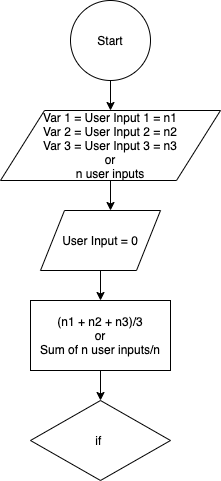
Earlier version of the draw.io export Final-Question1.png (faridvahedi/Flowcharts). Source tidied: cells renumbered, new cells last; positions are measured from the earlier drawing's top-left corner, leaving out a move shared by most shapes.
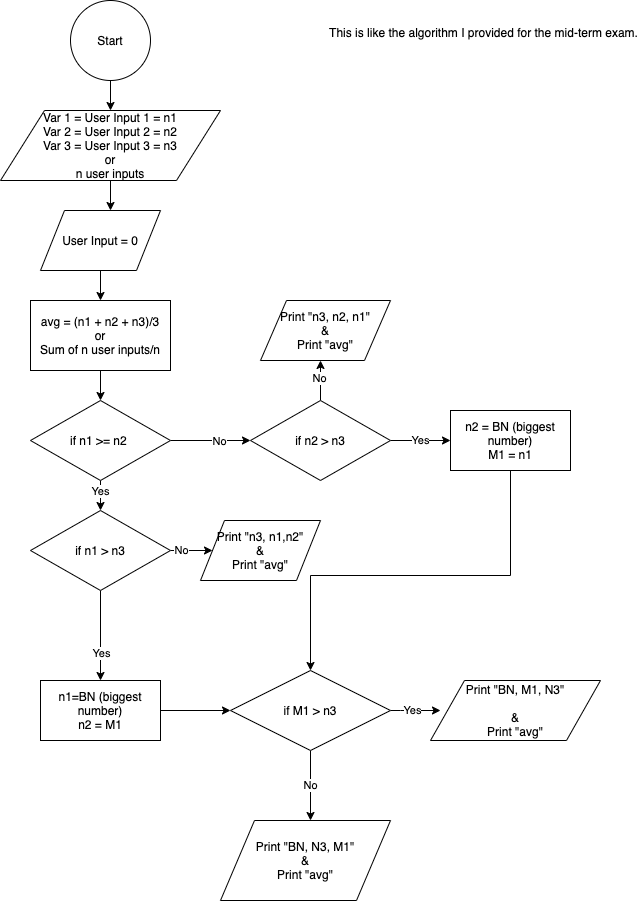
The same file after the commit.

The edit, as a diff of the source:
```diff
@@ -31,11 +31,109 @@
         <mxPoint x="100" y="400" as="targetPoint" />
       </mxGeometry>
     </mxCell>
-    <mxCell id="9" value="(n1 + n2 + n3)/3&lt;br&gt;or&lt;br&gt;Sum of n user inputs/n" style="rounded=0;whiteSpace=wrap;html=1;" parent="1" vertex="1">
+    <mxCell id="9" value="avg = (n1 + n2 + n3)/3&lt;br&gt;or&lt;br&gt;Sum of n user inputs/n" style="rounded=0;whiteSpace=wrap;html=1;" parent="1" vertex="1">
       <mxGeometry x="30" y="300" width="140" height="70" as="geometry" />
     </mxCell>
+    <mxCell id="11" style="edgeStyle=orthogonalEdgeStyle;rounded=0;jettySize=auto;html=1;" parent="1" edge="1" source="10">
+      <mxGeometry relative="1" as="geometry">
+        <mxPoint x="100" y="510" as="targetPoint" />
+      </mxGeometry>
+    </mxCell>
+    <mxCell id="12" value="Yes" style="edgeLabel;html=1;align=center;verticalAlign=middle;" parent="11" vertex="1">
+      <mxGeometry x="0.21" y="-1" relative="1" as="geometry" />
+    </mxCell>
+    <mxCell id="13" style="edgeStyle=orthogonalEdgeStyle;rounded=0;jettySize=auto;html=1;entryX=0;entryY=0.5;entryDx=0;entryDy=0;" parent="1" edge="1" source="10" target="28">
+      <mxGeometry relative="1" as="geometry" />
+    </mxCell>
+    <mxCell id="14" value="No" style="edgeLabel;html=1;align=center;verticalAlign=middle;" parent="13" vertex="1">
+      <mxGeometry x="0.83" relative="1" as="geometry">
+        <mxPoint x="-25" as="offset" />
+      </mxGeometry>
+    </mxCell>
-    <mxCell id="10" value="if&amp;nbsp;" style="rhombus;whiteSpace=wrap;html=1;" parent="1" vertex="1">
+    <mxCell id="10" value="if n1 &amp;gt;= n2&amp;nbsp;" style="rhombus;whiteSpace=wrap;html=1;" parent="1" vertex="1">
       <mxGeometry x="30" y="400" width="140" height="80" as="geometry" />
     </mxCell>
+    <mxCell id="15" style="edgeStyle=orthogonalEdgeStyle;rounded=0;jettySize=auto;html=1;" parent="1" edge="1" source="18" target="20">
+      <mxGeometry relative="1" as="geometry" />
+    </mxCell>
+    <mxCell id="16" value="Yes" style="edgeLabel;html=1;align=center;verticalAlign=middle;" parent="15" vertex="1">
+      <mxGeometry x="0.61" y="-1" relative="1" as="geometry">
+        <mxPoint x="1" y="-10" as="offset" />
+      </mxGeometry>
+    </mxCell>
+    <mxCell id="17" value="No" style="edgeStyle=orthogonalEdgeStyle;rounded=0;jettySize=auto;html=1;entryX=0;entryY=0.5;entryDx=0;entryDy=0;" parent="1" edge="1" source="18" target="32">
+      <mxGeometry relative="1" as="geometry" />
+    </mxCell>
+    <mxCell id="18" value="if n1 &amp;gt; n3" style="rhombus;whiteSpace=wrap;html=1;" parent="1" vertex="1">
+      <mxGeometry x="30" y="510" width="140" height="80" as="geometry" />
+    </mxCell>
+    <mxCell id="19" style="edgeStyle=orthogonalEdgeStyle;rounded=0;jettySize=auto;html=1;entryX=0;entryY=0.5;entryDx=0;entryDy=0;" parent="1" edge="1" source="20" target="24">
+      <mxGeometry relative="1" as="geometry" />
+    </mxCell>
+    <mxCell id="20" value="n1=BN (biggest number)&lt;br&gt;n2 = M1" style="rounded=0;whiteSpace=wrap;html=1;" parent="1" vertex="1">
+      <mxGeometry x="40" y="680" width="120" height="60" as="geometry" />
+    </mxCell>
+    <mxCell id="21" style="edgeStyle=orthogonalEdgeStyle;rounded=0;jettySize=auto;html=1;exitX=1;exitY=0.5;exitDx=0;exitDy=0;" parent="1" edge="1" source="24">
+      <mxGeometry relative="1" as="geometry">
+        <mxPoint x="440" y="710" as="targetPoint" />
+        <Array as="points">
+          <mxPoint x="400" y="710" />
+          <mxPoint x="400" y="710" />
+        </Array>
+      </mxGeometry>
+    </mxCell>
+    <mxCell id="22" value="Yes" style="edgeLabel;html=1;align=center;verticalAlign=middle;" parent="21" vertex="1">
+      <mxGeometry x="-0.15" y="1" relative="1" as="geometry" />
+    </mxCell>
+    <mxCell id="23" value="No" style="edgeStyle=orthogonalEdgeStyle;rounded=0;jettySize=auto;html=1;" parent="1" edge="1" source="24">
+      <mxGeometry relative="1" as="geometry">
+        <mxPoint x="310" y="820" as="targetPoint" />
+      </mxGeometry>
+    </mxCell>
+    <mxCell id="24" value="if M1 &amp;gt; n3" style="rhombus;whiteSpace=wrap;html=1;" parent="1" vertex="1">
+      <mxGeometry x="230" y="670" width="160" height="80" as="geometry" />
+    </mxCell>
+    <mxCell id="25" style="edgeStyle=orthogonalEdgeStyle;rounded=0;jettySize=auto;html=1;" parent="1" edge="1" source="28">
+      <mxGeometry relative="1" as="geometry">
+        <mxPoint x="320" y="360" as="targetPoint" />
+      </mxGeometry>
+    </mxCell>
+    <mxCell id="26" value="No" style="edgeLabel;html=1;align=center;verticalAlign=middle;" parent="25" vertex="1">
+      <mxGeometry x="0.13" y="2" relative="1" as="geometry" />
+    </mxCell>
+    <mxCell id="27" value="Yes" style="edgeStyle=orthogonalEdgeStyle;rounded=0;jettySize=auto;html=1;" parent="1" edge="1" source="28">
+      <mxGeometry relative="1" as="geometry">
+        <mxPoint x="450" y="440" as="targetPoint" />
+      </mxGeometry>
+    </mxCell>
+    <mxCell id="28" value="if n2 &amp;gt; n3" style="rhombus;whiteSpace=wrap;html=1;" parent="1" vertex="1">
+      <mxGeometry x="250" y="400" width="140" height="80" as="geometry" />
+    </mxCell>
+    <mxCell id="29" style="edgeStyle=orthogonalEdgeStyle;rounded=0;jettySize=auto;html=1;entryX=0.5;entryY=0;entryDx=0;entryDy=0;" parent="1" edge="1" source="30" target="24">
+      <mxGeometry relative="1" as="geometry">
+        <Array as="points">
+          <mxPoint x="510" y="575" />
+          <mxPoint x="310" y="575" />
+        </Array>
+      </mxGeometry>
+    </mxCell>
+    <mxCell id="30" value="n2 = BN (biggest number)&lt;br&gt;M1 = n1" style="rounded=0;whiteSpace=wrap;html=1;" parent="1" vertex="1">
+      <mxGeometry x="450" y="410" width="120" height="60" as="geometry" />
+    </mxCell>
+    <mxCell id="31" value="Print &quot;n3, n2, n1&quot;&lt;br&gt;&amp;amp;&lt;br&gt;Print &quot;avg&quot;" style="shape=parallelogram;perimeter=parallelogramPerimeter;whiteSpace=wrap;html=1;" parent="1" vertex="1">
+      <mxGeometry x="260" y="300" width="130" height="60" as="geometry" />
+    </mxCell>
+    <mxCell id="32" value="Print &quot;n3, n1,n2&quot;&lt;br&gt;&amp;amp;&lt;br&gt;Print &quot;avg&quot;" style="shape=parallelogram;perimeter=parallelogramPerimeter;whiteSpace=wrap;html=1;" parent="1" vertex="1">
+      <mxGeometry x="200" y="520" width="120" height="60" as="geometry" />
+    </mxCell>
+    <mxCell id="33" value="Print &quot;BN, M1, N3&quot;&lt;br&gt;&lt;br&gt;&amp;amp;&lt;br&gt;Print &quot;avg&quot;" style="shape=parallelogram;perimeter=parallelogramPerimeter;whiteSpace=wrap;html=1;" parent="1" vertex="1">
+      <mxGeometry x="430" y="680" width="170" height="60" as="geometry" />
+    </mxCell>
+    <mxCell id="34" value="Print &quot;BN, N3, M1&quot;&lt;br&gt;&amp;amp;&lt;br&gt;Print &quot;avg&quot;" style="shape=parallelogram;perimeter=parallelogramPerimeter;whiteSpace=wrap;html=1;" parent="1" vertex="1">
+      <mxGeometry x="220" y="820" width="170" height="80" as="geometry" />
+    </mxCell>
+    <mxCell id="35" value="This is like the algorithm I provided for the mid-term exam." style="text;html=1;align=center;verticalAlign=middle;" parent="1" vertex="1">
+      <mxGeometry x="323" y="22" width="320" height="20" as="geometry" />
+    </mxCell>
   </root>
 </mxGraphModel>
```
